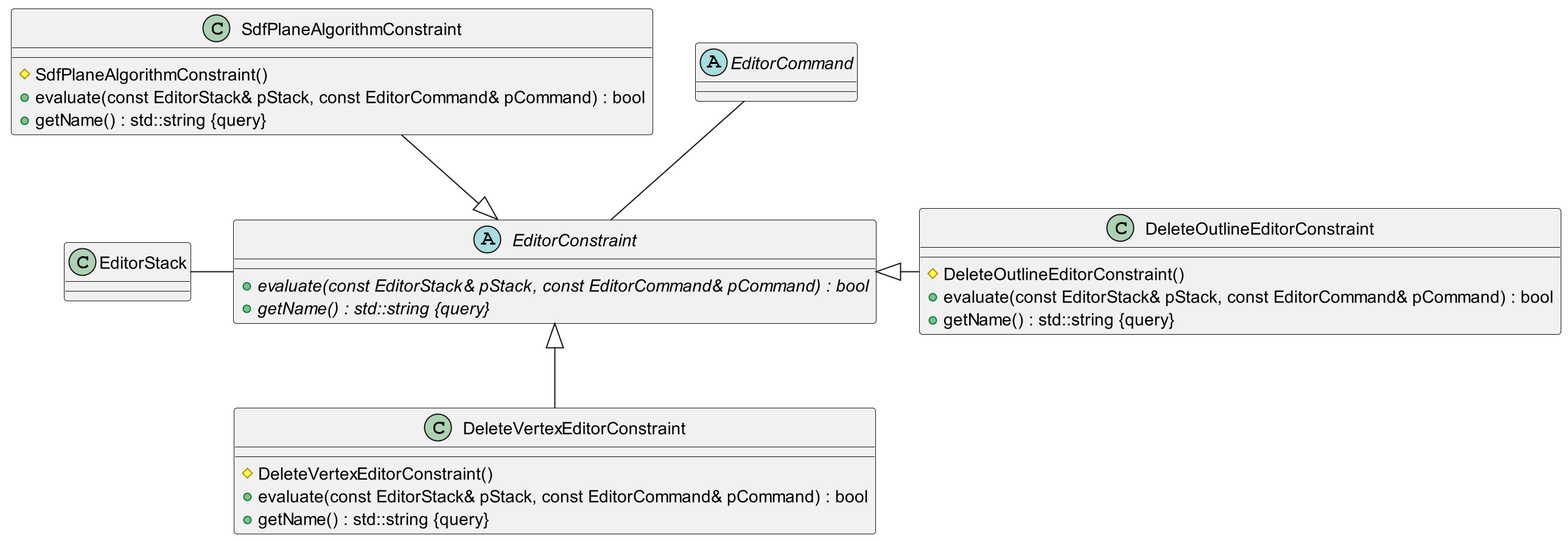
Earlier version of the PlantUML export Thesis/images/class_editor_constraint.png (Isti01/PolygonSDF). Its source is kept beside it as Thesis/diagrams/class_editor_constraint.puml. The source it was exported from:
```plantuml
@startuml

scale 2


class DeleteOutlineEditorConstraint {
    #DeleteOutlineEditorConstraint()
    +evaluate(const EditorStack& pStack, const EditorCommand& pCommand) : bool
    +getName() : std::string {query}
}

class DeleteVertexEditorConstraint {
    #DeleteVertexEditorConstraint()
    +evaluate(const EditorStack& pStack, const EditorCommand& pCommand) : bool
    +getName() : std::string {query}
}

abstract class EditorConstraint {
    +{abstract} evaluate(const EditorStack& pStack, const EditorCommand& pCommand) : bool
    +{abstract} getName() : std::string {query}
}

class SdfPlaneAlgorithmConstraint {
    #SdfPlaneAlgorithmConstraint()
    +evaluate(const EditorStack& pStack, const EditorCommand& pCommand) : bool
    +getName() : std::string {query}
}

abstract class EditorCommand {}

class EditorStack {}


EditorConstraint <|- DeleteOutlineEditorConstraint
EditorConstraint <|-- DeleteVertexEditorConstraint
SdfPlaneAlgorithmConstraint --|> EditorConstraint

EditorCommand -- EditorConstraint
EditorStack - EditorConstraint

@enduml
```
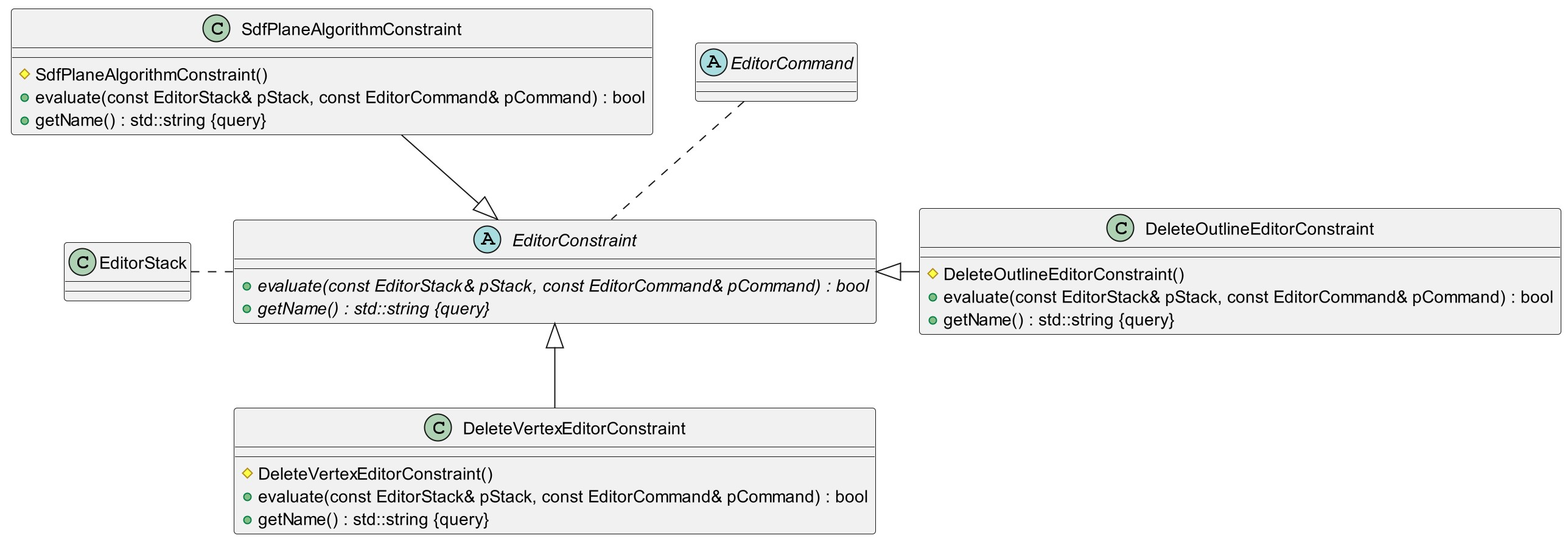
Later version of the same file.

The edit, as a diff of the source:
```diff
@@ -35,7 +35,7 @@
 EditorConstraint <|-- DeleteVertexEditorConstraint
 SdfPlaneAlgorithmConstraint --|> EditorConstraint
 
-EditorCommand -- EditorConstraint
-EditorStack - EditorConstraint
+EditorCommand .. EditorConstraint
+EditorStack . EditorConstraint
 
 @enduml
```
